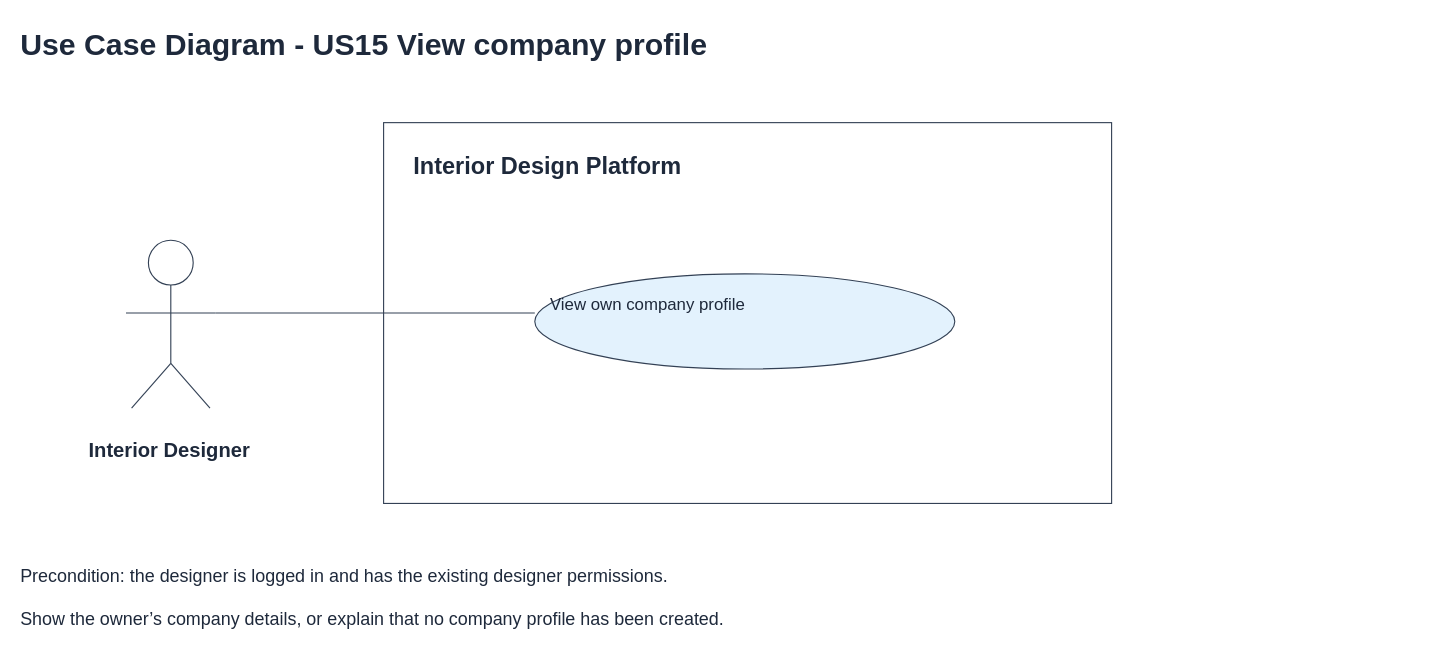
Above: page "2 Use Case Diagram" (1 of 7) of Sprint_2/US15 - View Company Profile/US15 View company profile.drawio in Hanzxc/CSIT314-ARCHSS (draw.io), before the change. Source tidied: cells renumbered, new cells numbered last; positions are measured from the earlier drawing's top-left corner, leaving out a move shared by most shapes. Both pictures are drawn from the tidied source at 112%, with x=0, y=0 at pixel (18, 18).
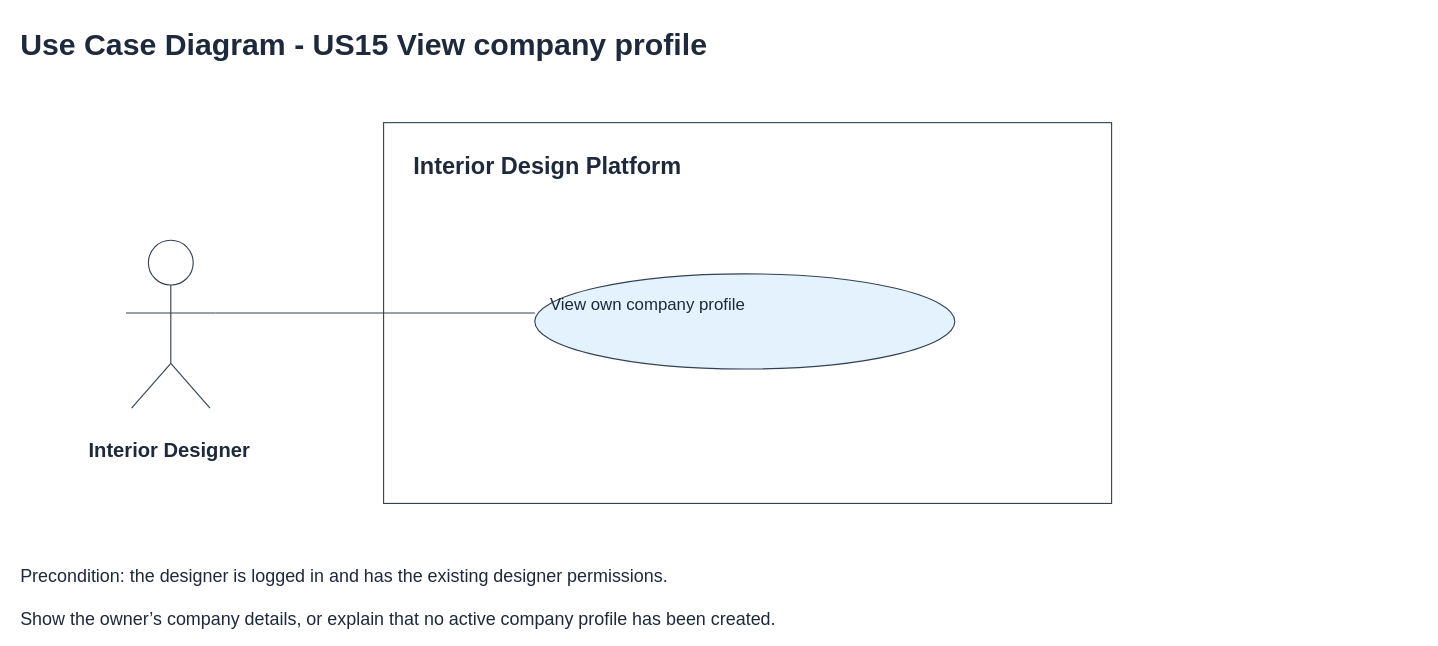
After the change.

Change to the diagram source:
```diff
@@
-    <mxCell id="15" value="Show the owner’s company details, or explain that no company profile has been created." style="text;html=0;align=left;verticalAlign=top;fontSize=16;fontStyle=0;fontColor=#1e293b;" parent="1" vertex="1">
+    <mxCell id="15" value="Show the owner’s company details, or explain that no active company profile has been created." style="text;html=0;align=left;verticalAlign=top;fontSize=16;fontStyle=0;fontColor=#1e293b;" parent="1" vertex="1">
       <mxGeometry y="520" width="900" height="23" as="geometry" />
     </mxCell>
```
